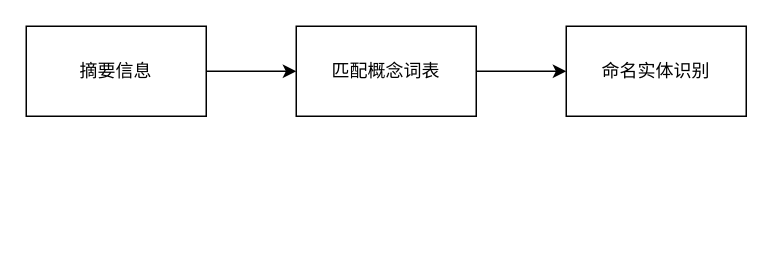
Above: tupian/概念挖掘的过程.drawio in JJFatherL/biyesheji (draw.io), before the change. Source tidied: cells renumbered, new cells numbered last; positions are measured from the earlier drawing's top-left corner, leaving out a move shared by most shapes. Both pictures are drawn from the tidied source at 150%, with x=0, y=0 at pixel (26, 26).
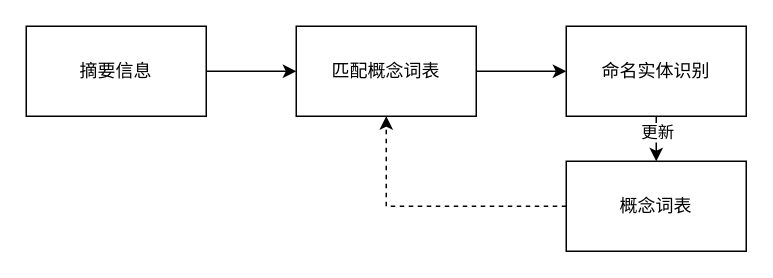
After the change.

Commit message (it also covers changes not shown here):
更新概念挖掘的过程.drawio

The edit, as a diff of the source:
```diff
@@
 <mxGraphModel>
   <root>
     <mxCell id="0" />
     <mxCell id="1" parent="0" />
     <mxCell id="2" style="edgeStyle=orthogonalEdgeStyle;rounded=0;jettySize=auto;html=1;exitX=1;exitY=0.5;exitDx=0;exitDy=0;" parent="1" edge="1" source="3" target="5">
       <mxGeometry relative="1" as="geometry" />
     </mxCell>
     <mxCell id="3" value="摘要信息" style="rounded=0;whiteSpace=wrap;html=1;" parent="1" vertex="1">
       <mxGeometry width="120" height="60" as="geometry" />
     </mxCell>
     <mxCell id="4" style="edgeStyle=orthogonalEdgeStyle;rounded=0;jettySize=auto;html=1;exitX=1;exitY=0.5;exitDx=0;exitDy=0;entryX=0;entryY=0.5;entryDx=0;entryDy=0;" parent="1" edge="1" source="5" target="6">
       <mxGeometry relative="1" as="geometry" />
     </mxCell>
     <mxCell id="5" value="匹配概念词表" style="rounded=0;whiteSpace=wrap;html=1;" parent="1" vertex="1">
       <mxGeometry x="180" width="120" height="60" as="geometry" />
     </mxCell>
+    <mxCell id="7" style="edgeStyle=orthogonalEdgeStyle;rounded=0;jettySize=auto;html=1;exitX=0.5;exitY=1;exitDx=0;exitDy=0;" parent="1" edge="1" source="6" target="10">
+      <mxGeometry relative="1" as="geometry" />
+    </mxCell>
+    <mxCell id="8" value="更新" style="edgeLabel;html=1;align=center;verticalAlign=middle;" parent="7" vertex="1">
+      <mxGeometry x="0.4" relative="1" as="geometry">
+        <mxPoint y="-5" as="offset" />
+      </mxGeometry>
+    </mxCell>
     <mxCell id="6" value="命名实体识别" style="rounded=0;whiteSpace=wrap;html=1;" parent="1" vertex="1">
       <mxGeometry x="360" width="120" height="60" as="geometry" />
     </mxCell>
+    <mxCell id="9" style="edgeStyle=orthogonalEdgeStyle;rounded=0;jettySize=auto;html=1;exitX=0;exitY=0.5;exitDx=0;exitDy=0;entryX=0.5;entryY=1;entryDx=0;entryDy=0;dashed=1;" parent="1" edge="1" source="10" target="5">
+      <mxGeometry relative="1" as="geometry" />
+    </mxCell>
+    <mxCell id="10" value="概念词表" style="rounded=0;whiteSpace=wrap;html=1;" parent="1" vertex="1">
+      <mxGeometry x="360" y="90" width="120" height="60" as="geometry" />
+    </mxCell>
   </root>
 </mxGraphModel>
```
